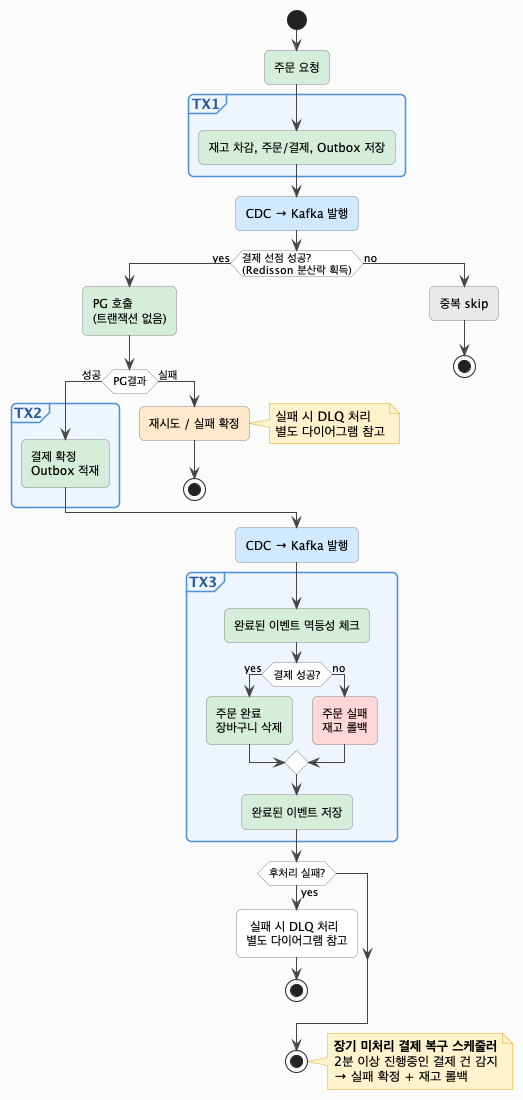
The PlantUML diagram diagram/main-flow.png in stringbuckwheat/event-driven-payment-system, before a commit.
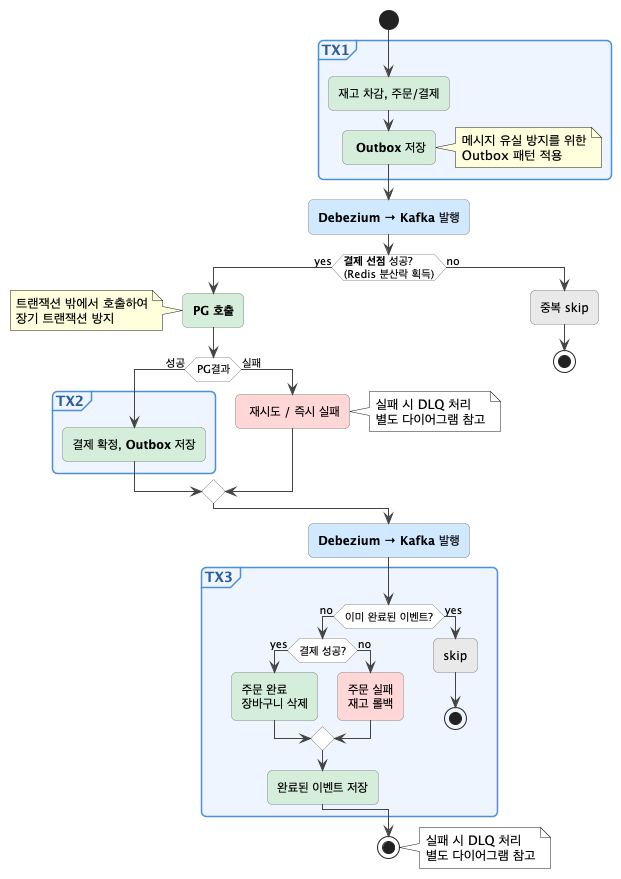
Later version of the same file.

What changed in the source:
```diff
@@ -1,5 +1,4 @@
 @startuml
-skinparam backgroundColor #FAFAFA
 skinparam activityBorderColor #888888
 skinparam activityBackgroundColor #FFFFFF
 skinparam arrowColor #444444
@@ -17,60 +16,48 @@
     BorderColor #E6A817
 }
 
-skinparam note {
-    BackgroundColor #FFF3CD
-    BorderColor #E6A817
+start
+
+partition "TX1" {
+    :재고 차감, 주문/결제; <<#D4EDDA>>
+    : **Outbox** 저장; <<#D4EDDA>>
+    note right: 메시지 유실 방지를 위한\nOutbox 패턴 적용
 }
 
-start
+:**Debezium** → **Kafka** 발행; <<#D0E8FF>>
 
-:주문 요청; <<#D4EDDA>>
-
-partition "TX1" {
-    :재고 차감, 주문/결제, Outbox 저장; <<#D4EDDA>>
-}
-
-:CDC → Kafka 발행; <<#D0E8FF>>
-
-if (결제 선점 성공?\n(Redisson 분산락 획득)) then (yes)
-    :PG 호출\n(트랜잭션 없음); <<#D4EDDA>>
+if (**결제 선점** 성공?\n(Redis 분산락 획득)) then (yes)
+    :**PG 호출**; <<#D4EDDA>>
+    note left: 트랜잭션 밖에서 호출하여\n장기 트랜잭션 방지
     if (PG결과) then (성공)
         partition "TX2" {
-            :결제 확정\nOutbox 적재; <<#D4EDDA>>
+            :결제 확정, **Outbox** 저장; <<#D4EDDA>>
         }
     else (실패)
-        :재시도 / 실패 확정; <<#FFE8CC>>
-        note right: 실패 시 DLQ 처리\n별도 다이어그램 참고
-        stop
+        : 재시도 / 즉시 실패; <<#FFD6D6>>
+        note right #white: 실패 시 DLQ 처리\n별도 다이어그램 참고
     endif
 else (no)
     :중복 skip; <<#E8E8E8>>
     stop
 endif
 
-:CDC → Kafka 발행; <<#D0E8FF>>
+:**Debezium** → **Kafka** 발행; <<#D0E8FF>>
 
 partition "TX3" {
-    :완료된 이벤트 멱등성 체크; <<#D4EDDA>>
-    if (결제 성공?) then (yes)
-        :주문 완료\n장바구니 삭제; <<#D4EDDA>>
-    else (no)
-        :주문 실패\n재고 롤백; <<#FFD6D6>>
+    if(이미 완료된 이벤트?) then (no)
+        if (결제 성공?) then (yes)
+                :주문 완료\n장바구니 삭제; <<#D4EDDA>>
+            else (no)
+                :주문 실패\n재고 롤백; <<#FFD6D6>>
+            endif
+            :완료된 이벤트 저장; <<#D4EDDA>>
+    else (yes)
+        :skip;  <<#E8E8E8>>
+        stop
     endif
-    :완료된 이벤트 저장; <<#D4EDDA>>
 }
-
-if (후처리 실패?) then (yes)
-    : 실패 시 DLQ 처리\n별도 다이어그램 참고;
-    stop
-endif
-
 stop
-
-note right
-  **장기 미처리 결제 복구 스케줄러**
-  2분 이상 진행중인 결제 건 감지
-  → 실패 확정 + 재고 롤백
-end note
+note right #white: 실패 시 DLQ 처리\n별도 다이어그램 참고
 
 @enduml
```
